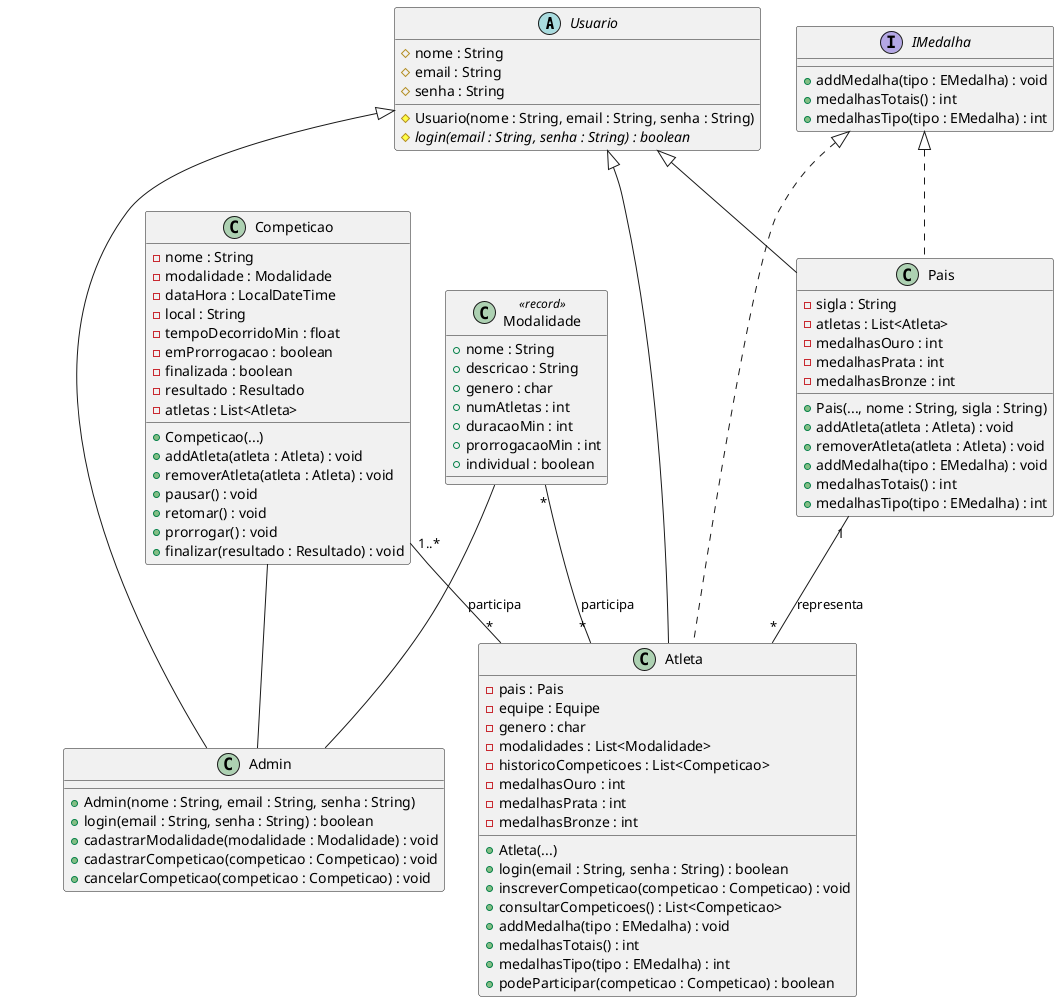
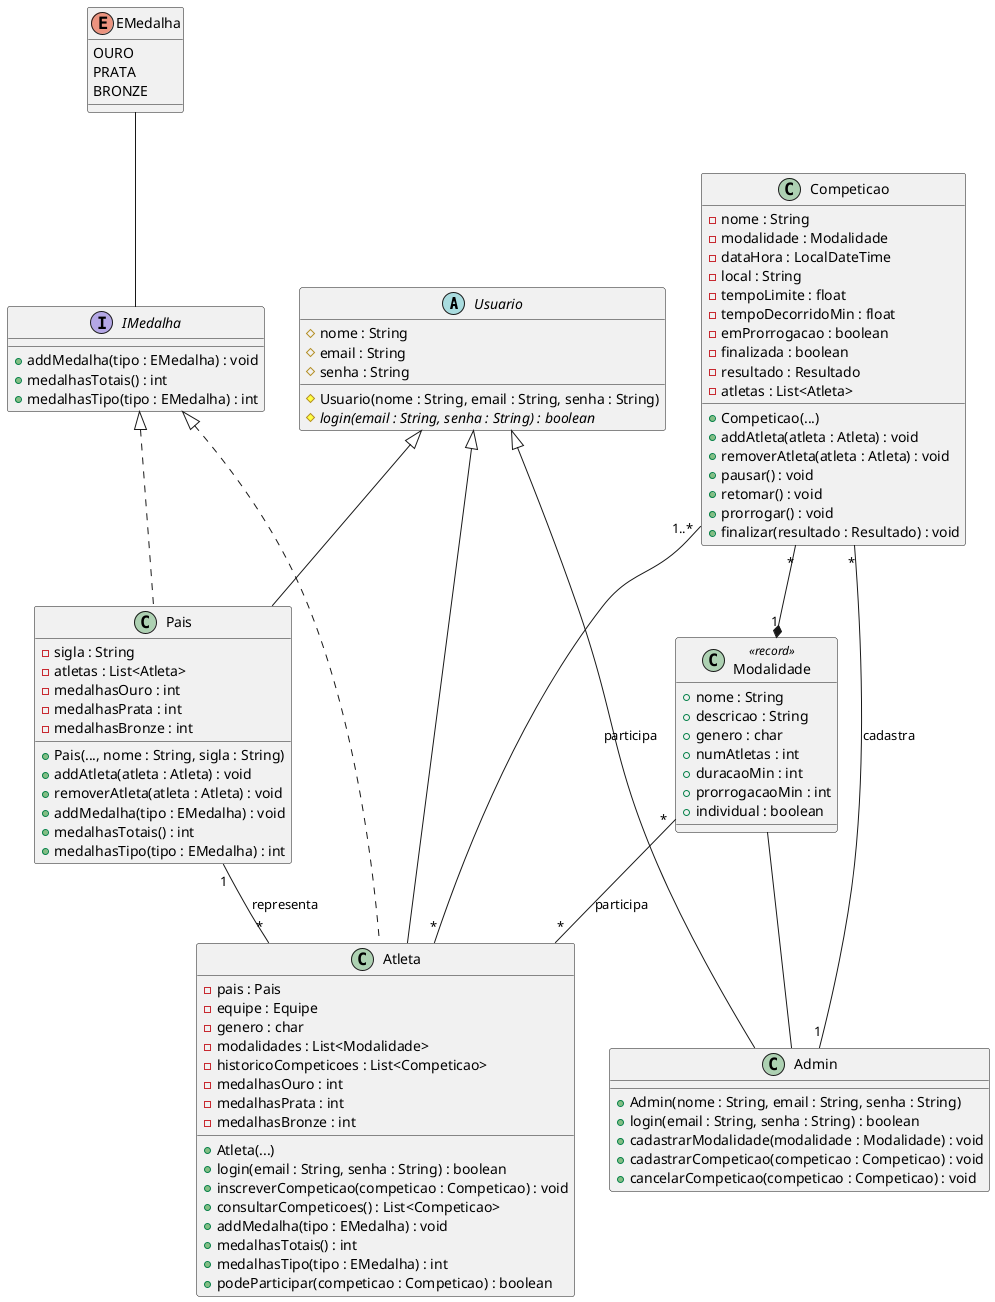
@startuml diagrama-classe
abstract class Usuario {
    # nome : String
    # email : String
    # senha : String
    # Usuario(nome : String, email : String, senha : String)
    # {abstract} login(email : String, senha : String) : boolean
}

class Admin {
    + Admin(nome : String, email : String, senha : String)
    + login(email : String, senha : String) : boolean
    + cadastrarModalidade(modalidade : Modalidade) : void
    + cadastrarCompeticao(competicao : Competicao) : void
    + cancelarCompeticao(competicao : Competicao) : void
}
Usuario <|-- Admin

interface IMedalha {
    + addMedalha(tipo : EMedalha) : void
    + medalhasTotais() : int
    + medalhasTipo(tipo : EMedalha) : int
}
IMedalha <|.. Pais
IMedalha <|.. Atleta

class Pais {
    - sigla : String
    - atletas : List<Atleta>
    - medalhasOuro : int
    - medalhasPrata : int
    - medalhasBronze : int
    + Pais(..., nome : String, sigla : String)
    + addAtleta(atleta : Atleta) : void
    + removerAtleta(atleta : Atleta) : void
    + addMedalha(tipo : EMedalha) : void
    + medalhasTotais() : int
    + medalhasTipo(tipo : EMedalha) : int
}
Usuario <|-- Pais

class Atleta {
    - pais : Pais
    - equipe : Equipe
    - genero : char
    - modalidades : List<Modalidade>
    - historicoCompeticoes : List<Competicao>
    - medalhasOuro : int
    - medalhasPrata : int
    - medalhasBronze : int
    + Atleta(...)
    + login(email : String, senha : String) : boolean
    + inscreverCompeticao(competicao : Competicao) : void
    + consultarCompeticoes() : List<Competicao>
    + addMedalha(tipo : EMedalha) : void
    + medalhasTotais() : int
    + medalhasTipo(tipo : EMedalha) : int
    + podeParticipar(competicao : Competicao) : boolean
}
Usuario <|-- Atleta
Pais "1" -- "*" Atleta : representa

class Modalidade <<record>>{
    + nome : String
    + descricao : String
    + genero : char
    + numAtletas : int
    + duracaoMin : int
    + prorrogacaoMin : int
    + individual : boolean
}
Modalidade -- Admin
Modalidade "*" -- "*" Atleta : participa

class Competicao {
    - nome : String
    - modalidade : Modalidade
    - dataHora : LocalDateTime
    - local : String
+     - tempoLimite : float
    - tempoDecorridoMin : float
    - emProrrogacao : boolean
    - finalizada : boolean
    - resultado : Resultado
    - atletas : List<Atleta>
    + Competicao(...)
    + addAtleta(atleta : Atleta) : void
    + removerAtleta(atleta : Atleta) : void
    + pausar() : void
    + retomar() : void
    + prorrogar() : void
    + finalizar(resultado : Resultado) : void
}
- Competicao -- Admin
+ Competicao "*" --* "1" Modalidade
+ Competicao "*" -- "1" Admin : cadastra
Competicao "1..*" -- "*" Atleta : participa
+ 
+ enum EMedalha {
+     OURO
+     PRATA
+     BRONZE
+ }
+ EMedalha -- IMedalha
@enduml